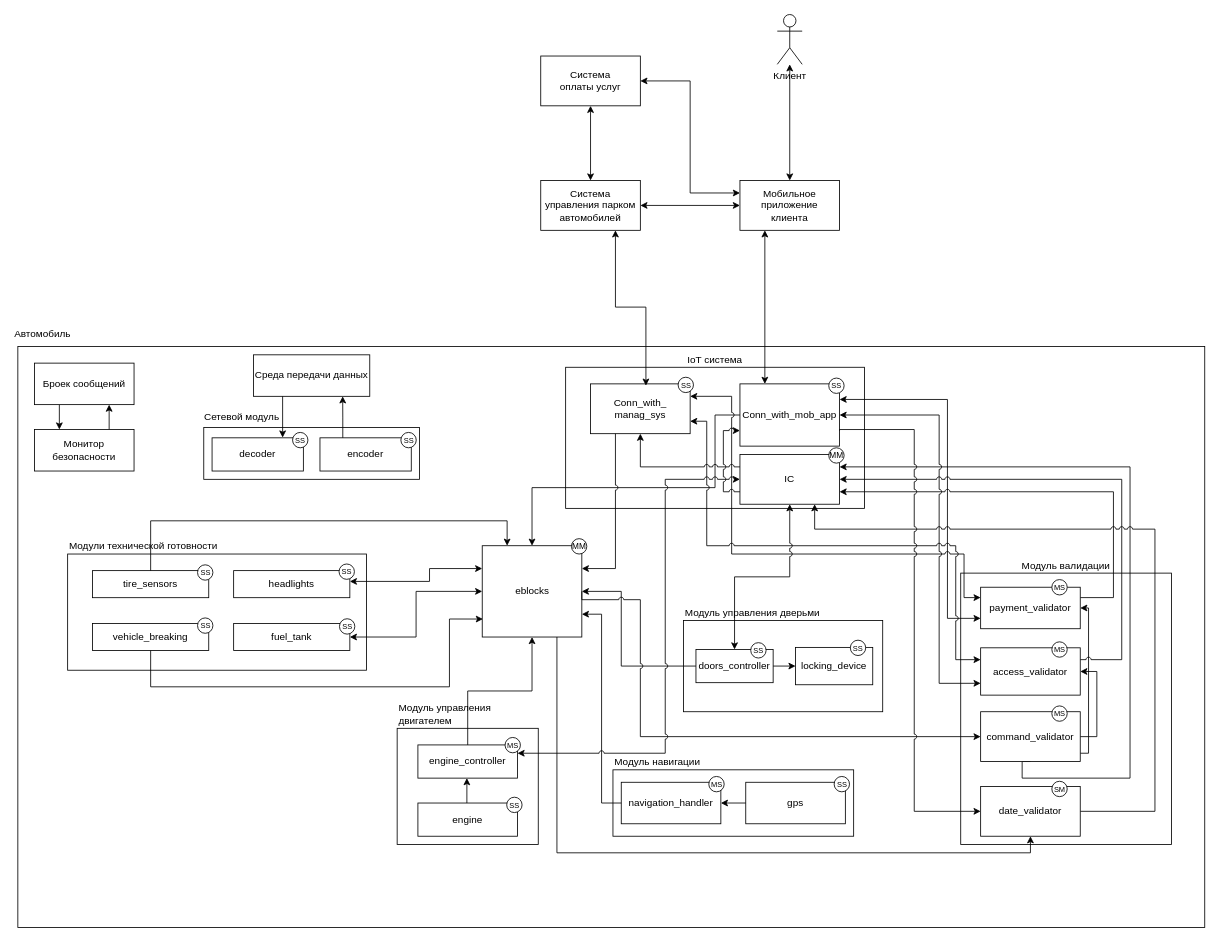
Above: page "arch" (2 of 3) of docs/drawio/all_scheme.drawio in 1kitten/cyberimmune-3 (draw.io), before the change. Source tidied: cells renumbered, new cells numbered last; positions are measured from the earlier drawing's top-left corner, leaving out a move shared by most shapes. Both pictures are drawn from the tidied source at 83%, with x=0, y=0 at pixel (17, 14).
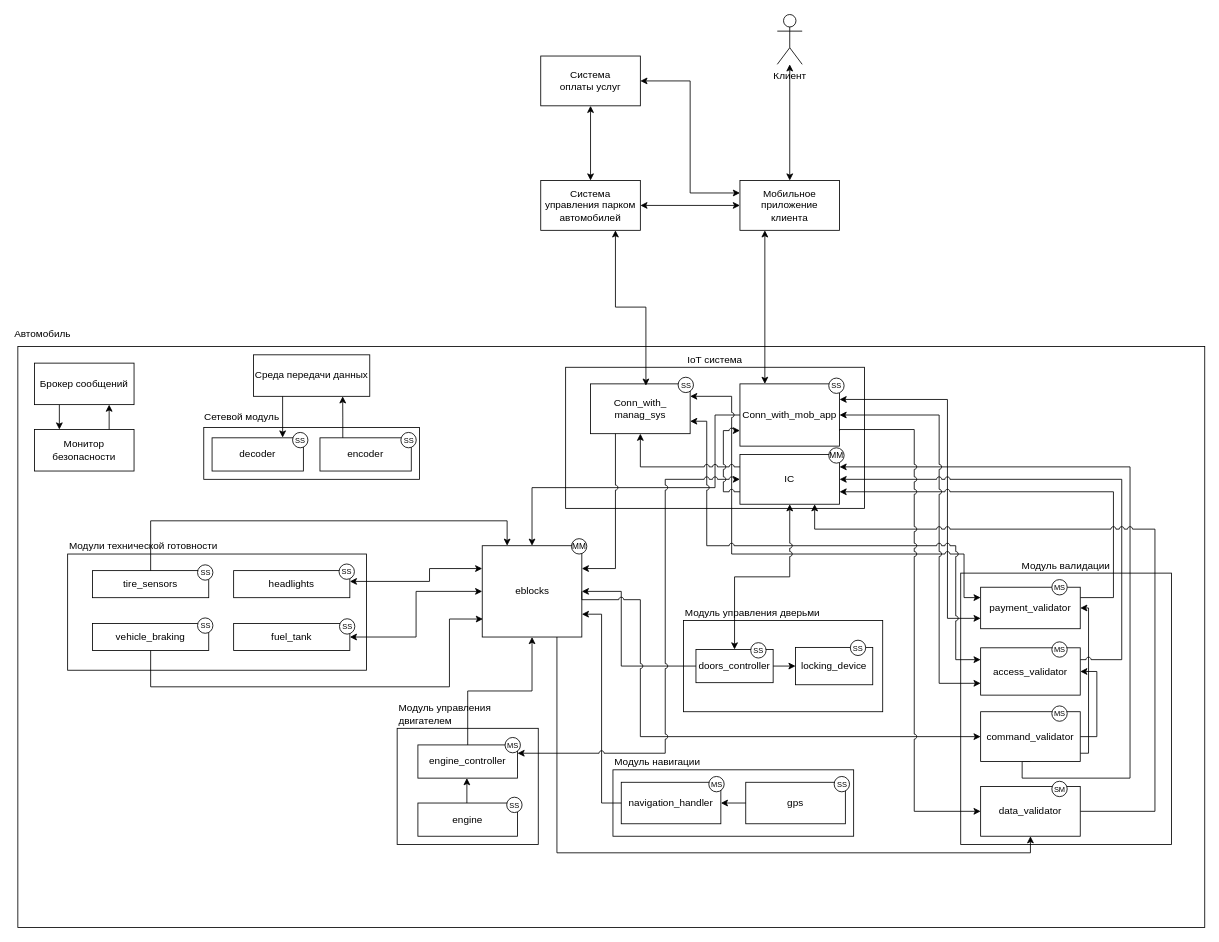
Above is the later version.

Unchanged cells that the change refers to:
```xml
<mxCell id="8" style="group;" parent="7" vertex="1">
  <mxGeometry x="60" width="360" height="140" as="geometry" />
</mxCell>
<mxCell id="18" style="group;" parent="1" vertex="1">
  <mxGeometry x="20" y="420" width="120" height="130" as="geometry" />
</mxCell>
```

What changed in the source:
```diff
@@
-    <mxCell id="11" value="vehicle_breaking" style="rounded=0;whiteSpace=wrap;html=1;" parent="8" vertex="1">
+    <mxCell id="11" value="vehicle_braking" style="rounded=0;whiteSpace=wrap;html=1;" parent="8" vertex="1">
       <mxGeometry x="30" y="83.7" width="140" height="32.6" as="geometry" />
     </mxCell>
@@
-    <mxCell id="20" value="Броек сообщений" style="rounded=0;whiteSpace=wrap;html=1;" parent="18" vertex="1">
+    <mxCell id="20" value="Брокер сообщений" style="rounded=0;whiteSpace=wrap;html=1;" parent="18" vertex="1">
       <mxGeometry width="120" height="50" as="geometry" />
     </mxCell>
@@
-    <mxCell id="81" value="date_validator" style="rounded=0;whiteSpace=wrap;html=1;" parent="1" vertex="1">
+    <mxCell id="81" value="data_validator" style="rounded=0;whiteSpace=wrap;html=1;" parent="1" vertex="1">
       <mxGeometry x="1160" y="930" width="120" height="60" as="geometry" />
     </mxCell>
```
